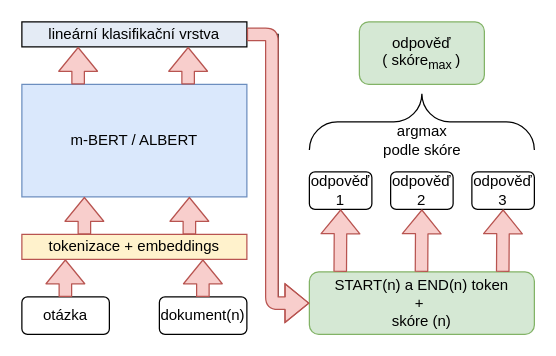
The draw.io diagram images/reader_navrh.drawio in JonasBoi/BP, before the edit. Source tidied: cells renumbered, new cells numbered last; positions are measured from the earlier drawing's top-left corner, leaving out a move shared by most shapes. Both pictures are drawn from the tidied source at 125%, with x=0, y=0 at pixel (21, 21).
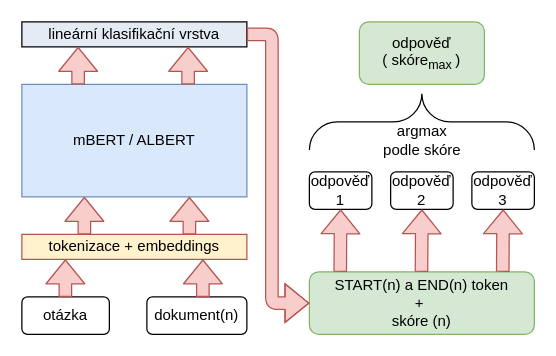
The same page after the edit.

The change refers to these unchanged cells:
```xml
<mxCell id="7" value="lineární klasifikační vrstva" style="rounded=0;whiteSpace=wrap;html=1;fillColor=#E4EBF5;" parent="1" vertex="1">
  <mxGeometry width="180" height="20" as="geometry" />
</mxCell>
<mxCell id="14" value="START(n) a END(n) token &lt;br&gt;+&amp;nbsp;&lt;br&gt;skóre (n)" style="rounded=1;whiteSpace=wrap;html=1;fillColor=#d5e8d4;strokeColor=#82b366;" parent="1" vertex="1">
  <mxGeometry x="230" y="200" width="180" height="50" as="geometry" />
</mxCell>
```

The edit, as a diff of the source:
```diff
@@
-    <mxCell id="2" value="m-BERT / ALBERT" style="rounded=0;whiteSpace=wrap;html=1;fillColor=#dae8fc;strokeColor=#6c8ebf;" parent="1" vertex="1">
+    <mxCell id="2" value="mBERT / ALBERT" style="rounded=0;whiteSpace=wrap;html=1;fillColor=#dae8fc;strokeColor=#6c8ebf;" parent="1" vertex="1">
       <mxGeometry y="50" width="180" height="90" as="geometry" />
     </mxCell>
@@
     <mxCell id="4" value="dokument(n)" style="rounded=1;whiteSpace=wrap;html=1;" parent="1" vertex="1">
-      <mxGeometry x="110" y="220" width="70" height="30" as="geometry" />
+      <mxGeometry x="100" y="220" width="80" height="30" as="geometry" />
     </mxCell>
@@
-    <mxCell id="6" style="edgeStyle=orthogonalEdgeStyle;rounded=0;jettySize=auto;html=1;entryX=0;entryY=0.5;entryDx=0;entryDy=0;" parent="1" edge="1" source="7" target="14">
-      <mxGeometry relative="1" as="geometry" />
-    </mxCell>
```
